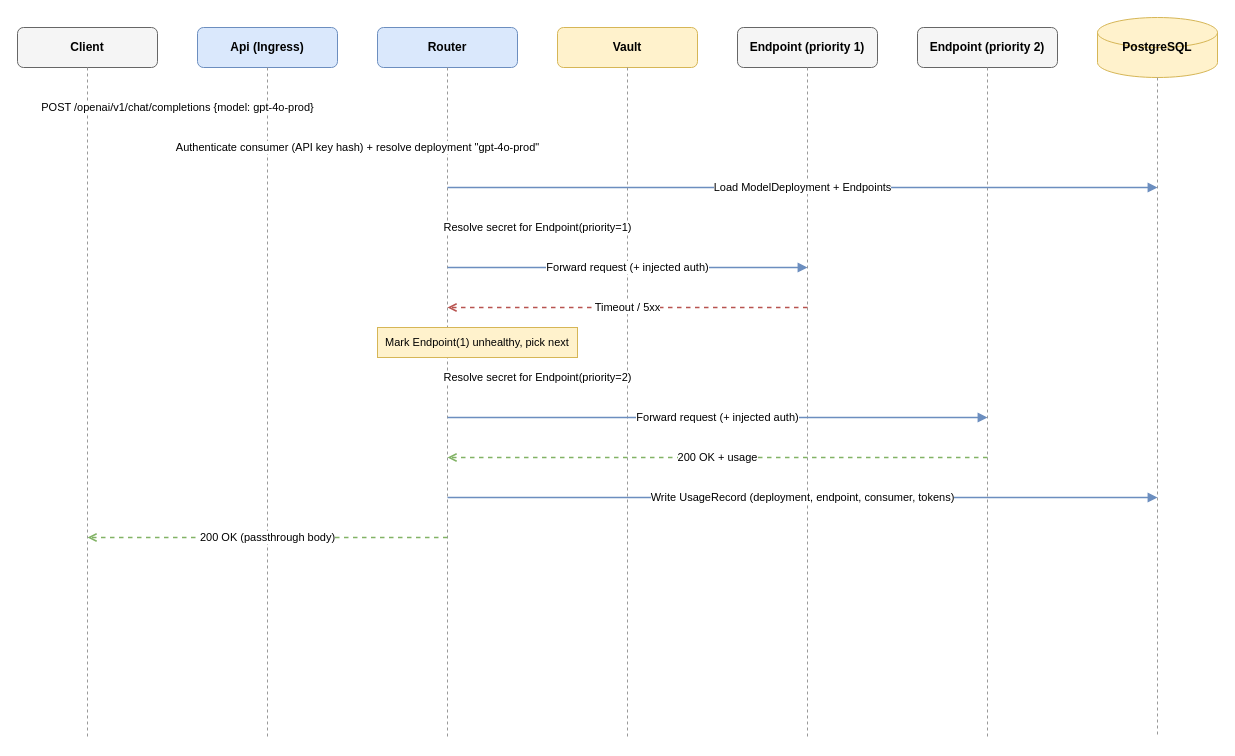
azureholic/AIProxyPlus keeps this draw.io diagram as specs/architecture/diagrams/03-sequence-non-streaming-failover.drawio. Above is the earlier version. Source tidied: cells renumbered, new cells numbered last; positions are measured from the earlier drawing's top-left corner, leaving out a move shared by most shapes. Both pictures are drawn from the tidied source at 100%, with x=0, y=0 at pixel (17, 17).
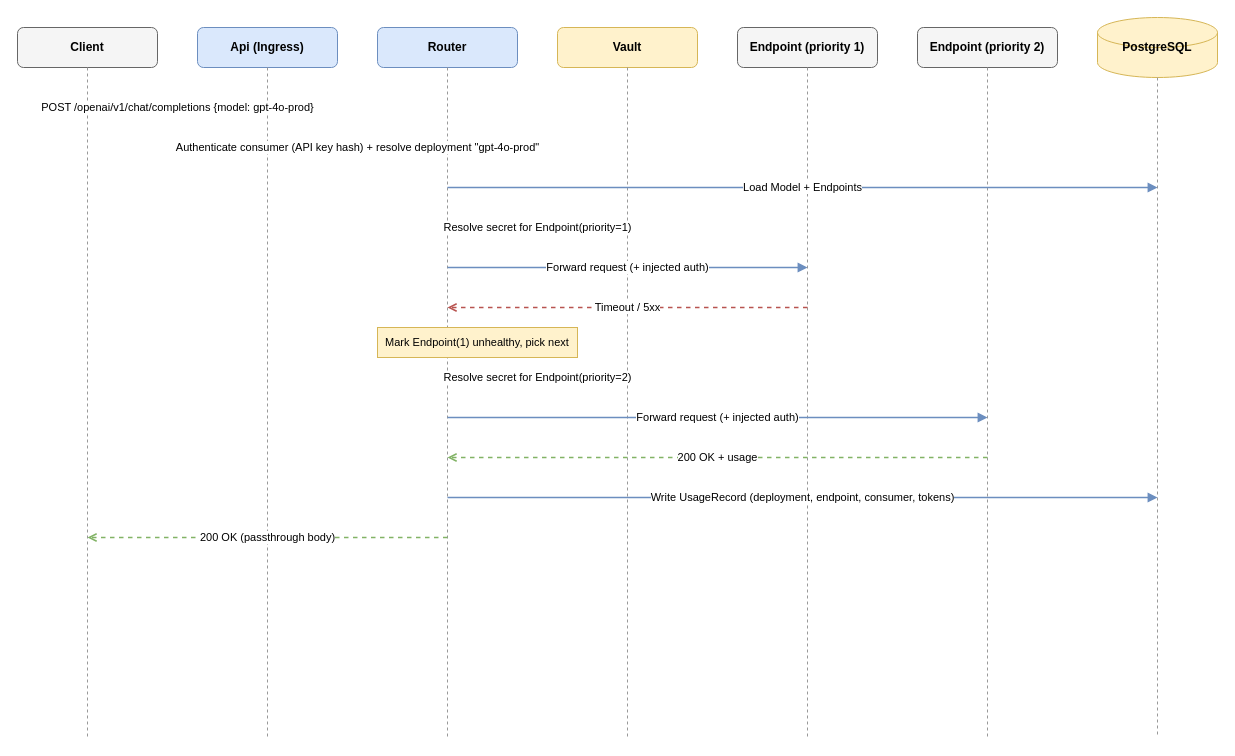
Above is the later version.

The edit, as a diff of the source:
```diff
@@
-    <mxCell id="18" value="Load ModelDeployment + Endpoints" style="html=1;endArrow=block;strokeColor=#6c8ebf;strokeWidth=1.5;fontSize=11;" parent="1" edge="1">
+    <mxCell id="18" value="Load Model + Endpoints" style="html=1;endArrow=block;strokeColor=#6c8ebf;strokeWidth=1.5;fontSize=11;" parent="1" edge="1">
       <mxGeometry relative="1" as="geometry">
         <mxPoint x="430" y="170" as="sourcePoint" />
         <mxPoint x="1140" y="170" as="targetPoint" />
       </mxGeometry>
     </mxCell>
```
